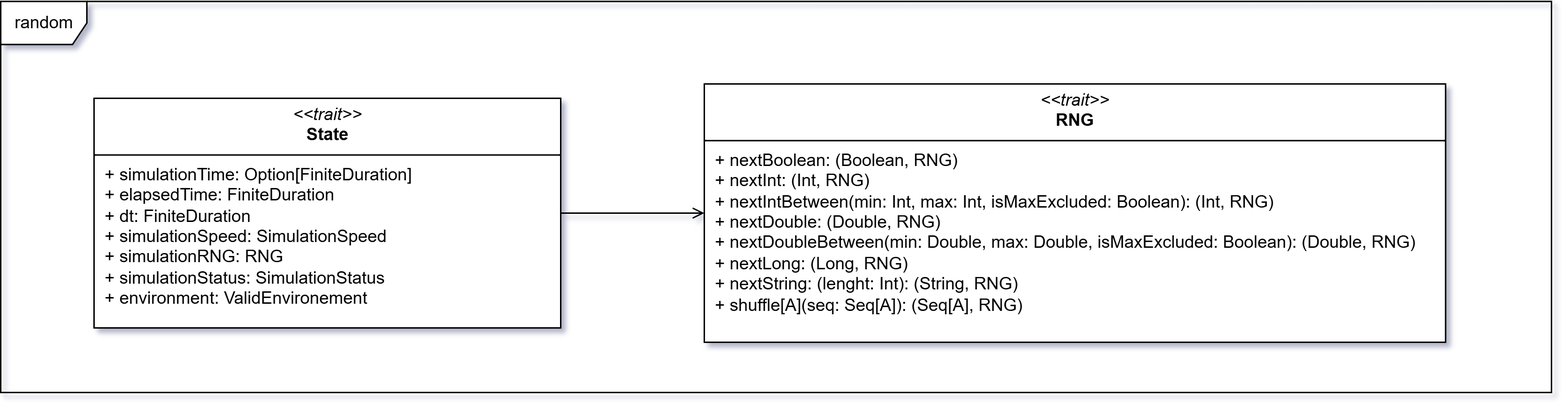
Earlier version of the draw.io export docs/static/img/04-detailed-design/random.png (Scala-Robotics-Simulator/PPS-22-srs). Source tidied: cells renumbered, new cells last; positions are measured from the earlier drawing's top-left corner, leaving out a move shared by most shapes.
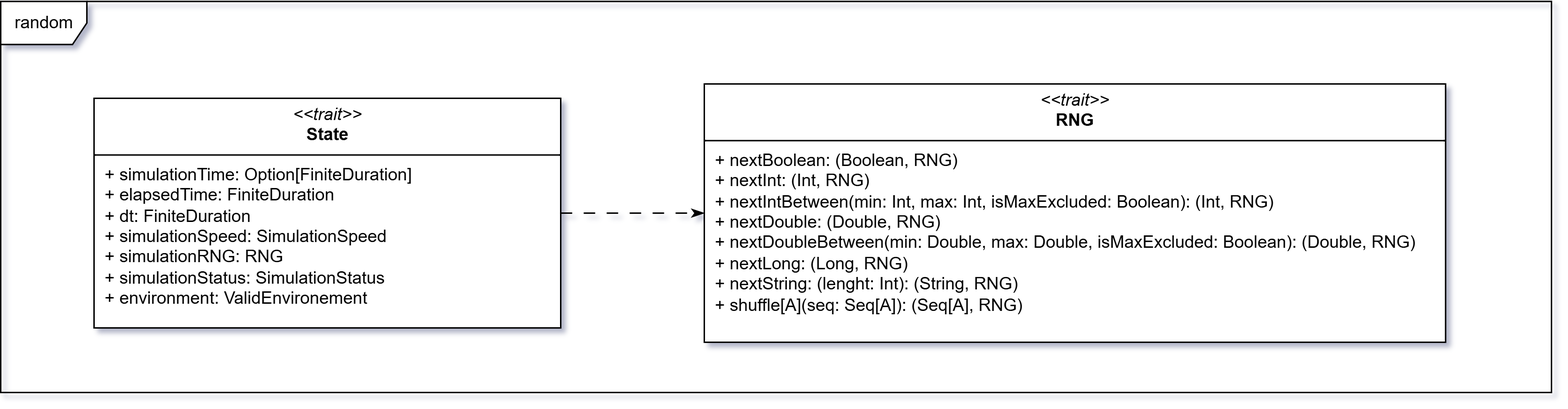
The same diagram one commit later.

Change to the diagram source:
```diff
@@ -11,7 +11,7 @@
     <mxCell id="4" value="&lt;p style=&quot;margin:0px;margin-top:4px;text-align:center;&quot;&gt;&lt;i style=&quot;&quot;&gt;&amp;lt;&amp;lt;trait&amp;gt;&amp;gt;&lt;/i&gt;&lt;br&gt;&lt;b&gt;State&lt;/b&gt;&lt;/p&gt;&lt;hr size=&quot;1&quot; style=&quot;border-style:solid;&quot;&gt;&lt;p style=&quot;margin:0px;margin-left:4px;&quot;&gt;&amp;nbsp;+ simulationTime: Option[FiniteDuration]&lt;/p&gt;&lt;p style=&quot;margin:0px;margin-left:4px;&quot;&gt;&amp;nbsp;+ elapsedTime: FiniteDuration&lt;/p&gt;&lt;p style=&quot;margin:0px;margin-left:4px;&quot;&gt;&amp;nbsp;+ dt: FiniteDuration&lt;/p&gt;&lt;p style=&quot;margin:0px;margin-left:4px;&quot;&gt;&amp;nbsp;+ simulationSpeed: SimulationSpeed&lt;/p&gt;&lt;p style=&quot;margin:0px;margin-left:4px;&quot;&gt;&amp;nbsp;+ simulationRNG: RNG&lt;/p&gt;&lt;p style=&quot;margin:0px;margin-left:4px;&quot;&gt;&amp;nbsp;+ simulationStatus: SimulationStatus&lt;/p&gt;&lt;p style=&quot;margin:0px;margin-left:4px;&quot;&gt;&amp;nbsp;+ environment: ValidEnvironement&lt;/p&gt;&lt;p style=&quot;margin:0px;margin-left:4px;&quot;&gt;&lt;br&gt;&lt;/p&gt;" style="verticalAlign=top;align=left;overflow=fill;html=1;whiteSpace=wrap;" parent="1" vertex="1">
       <mxGeometry x="65" y="67" width="325" height="160" as="geometry" />
     </mxCell>
-    <mxCell id="5" style="rounded=0;jettySize=auto;html=1;entryX=0;entryY=0.5;entryDx=0;entryDy=0;endArrow=open;endFill=0;exitX=1;exitY=0.5;exitDx=0;exitDy=0;" parent="1" edge="1" source="4" target="2">
+    <mxCell id="5" style="rounded=0;jettySize=auto;html=1;endArrow=classicThin;endFill=1;exitX=1;exitY=0.5;exitDx=0;exitDy=0;entryX=0;entryY=0.5;entryDx=0;entryDy=0;dashed=1;dashPattern=8 8;" parent="1" edge="1" source="4" target="2">
       <mxGeometry relative="1" as="geometry" />
     </mxCell>
   </root>
```
